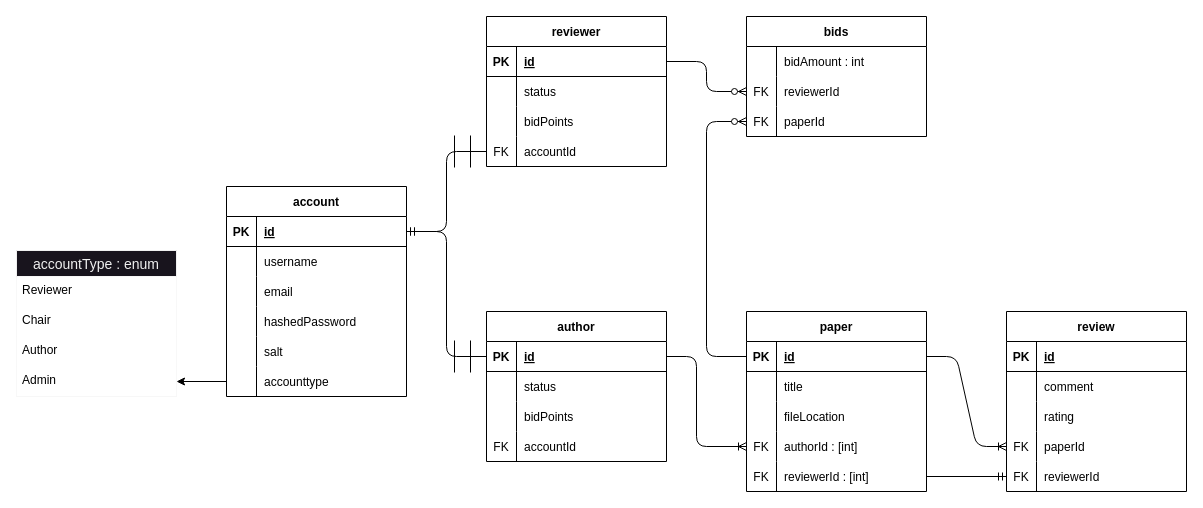
This is uml.drawio from CSCI334/PaperPal-Backend, a draw.io file, before an edit. Source tidied: cells renumbered, new cells numbered last; positions are measured from the earlier drawing's top-left corner, leaving out a move shared by most shapes. Both pictures are drawn from the tidied source at 100%, with x=0, y=0 at pixel (16, 16).
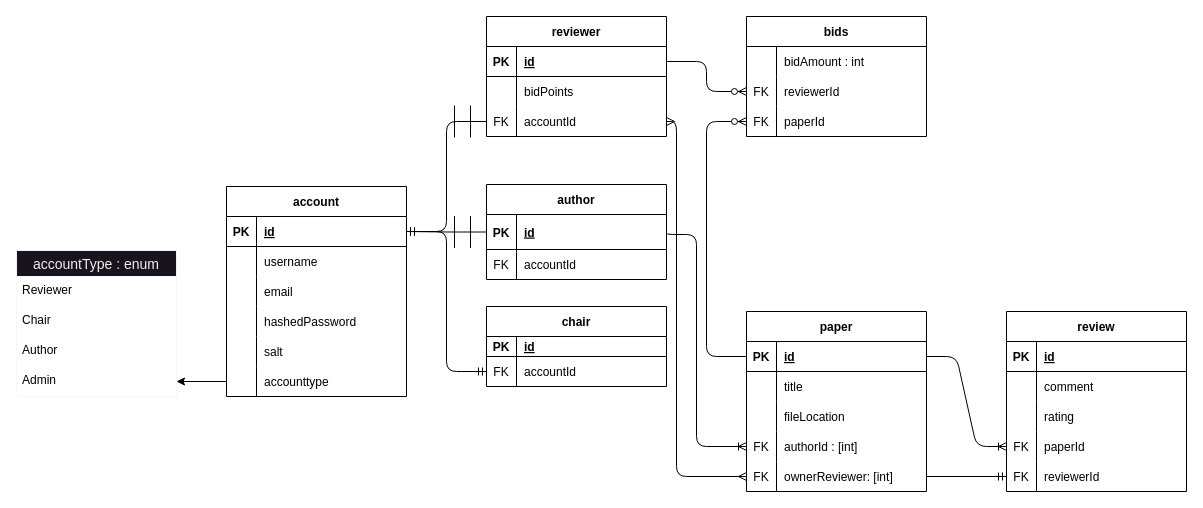
The same page after the edit.

Unchanged cells that the change refers to:
```xml
<mxCell id="3" style="shape=tableRow;horizontal=0;startSize=0;swimlaneHead=0;swimlaneBody=0;fillColor=none;points=[[0,0.5],[1,0.5]];portConstraint=eastwest;top=0;left=0;right=0;bottom=1;fontColor=#000000;" parent="2" vertex="1">
  <mxGeometry y="30" width="180" height="30" as="geometry" />
</mxCell>
<mxCell id="51" style="shape=tableRow;horizontal=0;startSize=0;swimlaneHead=0;swimlaneBody=0;fillColor=none;points=[[0,0.5],[1,0.5]];portConstraint=eastwest;top=0;left=0;right=0;bottom=0;fontFamily=Helvetica;fontSize=12;fontColor=#000000;" parent="41" vertex="1">
  <mxGeometry y="120" width="180" height="30" as="geometry" />
</mxCell>
<mxCell id="54" style="shape=tableRow;horizontal=0;startSize=0;swimlaneHead=0;swimlaneBody=0;fillColor=none;points=[[0,0.5],[1,0.5]];portConstraint=eastwest;top=0;left=0;right=0;bottom=0;fontFamily=Helvetica;fontSize=12;fontColor=#000000;" parent="41" vertex="1">
  <mxGeometry y="150" width="180" height="30" as="geometry" />
</mxCell>
```

Diff of the diagram source:
```diff
@@
     <mxCell id="27" value="reviewer" style="shape=table;startSize=30;childLayout=tableLayout;rowLines=0;fontStyle=1;align=center;swimlaneFillColor=#FFFFFF;" parent="1" vertex="1">
-      <mxGeometry x="470" width="180" height="150" as="geometry" />
+      <mxGeometry x="470" width="180" height="120" as="geometry" />
     </mxCell>
@@
-    <mxCell id="31" style="shape=tableRow;horizontal=0;startSize=0;swimlaneHead=0;swimlaneBody=0;fillColor=none;top=0;left=0;right=0;bottom=0;fontColor=#000000;" parent="27" vertex="1">
-      <mxGeometry y="60" width="180" height="30" as="geometry" />
-    </mxCell>
-    <mxCell id="32" style="shape=partialRectangle;fillColor=none;top=0;left=0;bottom=0;right=0;overflow=hidden;fontColor=#000000;" parent="31" vertex="1">
-      <mxGeometry width="30" height="30" as="geometry" />
-    </mxCell>
-    <mxCell id="33" value="status" style="shape=partialRectangle;fillColor=none;top=0;left=0;bottom=0;right=0;align=left;spacingLeft=6;overflow=hidden;fontColor=#000000;" parent="31" vertex="1">
-      <mxGeometry x="30" width="150" height="30" as="geometry" />
-    </mxCell>
     <mxCell id="34" style="shape=tableRow;horizontal=0;startSize=0;swimlaneHead=0;swimlaneBody=0;fillColor=none;top=0;left=0;right=0;bottom=0;fontFamily=Helvetica;fontSize=12;fontColor=#000000;" parent="27" vertex="1">
-      <mxGeometry y="90" width="180" height="30" as="geometry" />
+      <mxGeometry y="60" width="180" height="30" as="geometry" />
     </mxCell>
@@
     <mxCell id="37" style="shape=tableRow;horizontal=0;startSize=0;swimlaneHead=0;swimlaneBody=0;fillColor=none;points=[[0,0.5],[1,0.5]];portConstraint=eastwest;top=0;left=0;right=0;bottom=0;fontColor=#000000;" parent="27" vertex="1">
-      <mxGeometry y="120" width="180" height="30" as="geometry" />
+      <mxGeometry y="90" width="180" height="30" as="geometry" />
     </mxCell>
@@
-    <mxCell id="56" value="reviewerId : [int]" style="shape=partialRectangle;fillColor=none;top=0;left=0;bottom=0;right=0;align=left;spacingLeft=6;fontStyle=0;overflow=hidden;fontFamily=Helvetica;fontSize=12;fontColor=#000000;startSize=30;" parent="54" vertex="1">
+    <mxCell id="56" value="ownerReviewer: [int]" style="shape=partialRectangle;fillColor=none;top=0;left=0;bottom=0;right=0;align=left;spacingLeft=6;fontStyle=0;overflow=hidden;fontFamily=Helvetica;fontSize=12;fontColor=#000000;startSize=30;" parent="54" vertex="1">
       <mxGeometry x="30" width="150" height="30" as="geometry" />
     </mxCell>
@@
     <mxCell id="67" value="author" style="shape=table;startSize=30;childLayout=tableLayout;rowLines=0;fontStyle=1;align=center;swimlaneFillColor=#FFFFFF;" parent="1" vertex="1">
-      <mxGeometry x="470" y="295" width="180" height="150" as="geometry" />
+      <mxGeometry x="470" y="168" width="180" height="95" as="geometry" />
     </mxCell>
     <mxCell id="68" style="shape=tableRow;horizontal=0;startSize=0;swimlaneHead=0;swimlaneBody=0;fillColor=none;points=[[0,0.5],[1,0.5]];portConstraint=eastwest;top=0;left=0;right=0;bottom=1;fontColor=#000000;" parent="67" vertex="1">
-      <mxGeometry y="30" width="180" height="30" as="geometry" />
+      <mxGeometry y="30" width="180" height="35" as="geometry" />
     </mxCell>
     <mxCell id="69" value="PK" style="shape=partialRectangle;fillColor=none;top=0;left=0;bottom=0;right=0;fontStyle=1;overflow=hidden;fontColor=#000000;" parent="68" vertex="1">
-      <mxGeometry width="30" height="30" as="geometry" />
+      <mxGeometry width="30" height="35" as="geometry" />
     </mxCell>
     <mxCell id="70" value="id" style="shape=partialRectangle;fillColor=none;top=0;left=0;bottom=0;right=0;align=left;spacingLeft=6;fontStyle=5;overflow=hidden;fontColor=#000000;" parent="68" vertex="1">
-      <mxGeometry x="30" width="150" height="30" as="geometry" />
+      <mxGeometry x="30" width="150" height="35" as="geometry" />
     </mxCell>
-    <mxCell id="71" style="shape=tableRow;horizontal=0;startSize=0;swimlaneHead=0;swimlaneBody=0;fillColor=none;top=0;left=0;right=0;bottom=0;fontColor=#000000;" parent="67" vertex="1">
-      <mxGeometry y="60" width="180" height="30" as="geometry" />
-    </mxCell>
-    <mxCell id="72" style="shape=partialRectangle;fillColor=none;top=0;left=0;bottom=0;right=0;overflow=hidden;fontColor=#000000;" parent="71" vertex="1">
-      <mxGeometry width="30" height="30" as="geometry" />
-    </mxCell>
-    <mxCell id="73" value="status" style="shape=partialRectangle;fillColor=none;top=0;left=0;bottom=0;right=0;align=left;spacingLeft=6;overflow=hidden;fontColor=#000000;" parent="71" vertex="1">
-      <mxGeometry x="30" width="150" height="30" as="geometry" />
-    </mxCell>
-    <mxCell id="74" style="shape=tableRow;horizontal=0;startSize=0;swimlaneHead=0;swimlaneBody=0;fillColor=none;top=0;left=0;right=0;bottom=0;fontFamily=Helvetica;fontSize=12;fontColor=#000000;" parent="67" vertex="1">
-      <mxGeometry y="90" width="180" height="30" as="geometry" />
-    </mxCell>
-    <mxCell id="75" style="shape=partialRectangle;fillColor=none;top=0;left=0;bottom=0;right=0;overflow=hidden;fontFamily=Helvetica;fontSize=12;fontColor=#000000;startSize=30;" parent="74" vertex="1">
-      <mxGeometry width="30" height="30" as="geometry" />
-    </mxCell>
-    <mxCell id="76" value="bidPoints" style="shape=partialRectangle;fillColor=none;top=0;left=0;bottom=0;right=0;align=left;spacingLeft=6;overflow=hidden;fontFamily=Helvetica;fontSize=12;fontColor=#000000;startSize=30;" parent="74" vertex="1">
-      <mxGeometry x="30" width="150" height="30" as="geometry" />
-    </mxCell>
     <mxCell id="77" style="shape=tableRow;horizontal=0;startSize=0;swimlaneHead=0;swimlaneBody=0;fillColor=none;top=0;left=0;right=0;bottom=0;fontColor=#000000;" parent="67" vertex="1">
-      <mxGeometry y="120" width="180" height="30" as="geometry" />
+      <mxGeometry y="65" width="180" height="30" as="geometry" />
     </mxCell>
@@
     <mxCell id="82" style="edgeStyle=orthogonalEdgeStyle;fontSize=12;html=1;endArrow=ERoneToMany;startArrow=none;fontFamily=Helvetica;fontColor=#000000;startSize=30;entryX=0;entryY=0.5;entryDx=0;entryDy=0;exitX=1;exitY=0.5;exitDx=0;exitDy=0;startFill=0;" parent="1" edge="1" source="68" target="51">
       <mxGeometry relative="1" as="geometry">
         <Array as="points">
-          <mxPoint x="680" y="340" />
+          <mxPoint x="680" y="218" />
           <mxPoint x="680" y="430" />
         </Array>
       </mxGeometry>
     </mxCell>
@@
+    <mxCell id="102" value="chair" style="shape=table;startSize=30;childLayout=tableLayout;rowLines=0;fontStyle=1;align=center;swimlaneFillColor=#FFFFFF;" parent="1" vertex="1">
+      <mxGeometry x="470" y="290" width="180" height="80" as="geometry" />
+    </mxCell>
+    <mxCell id="103" style="shape=tableRow;horizontal=0;startSize=0;swimlaneHead=0;swimlaneBody=0;fillColor=none;top=0;left=0;right=0;bottom=1;fontColor=#000000;" parent="102" vertex="1">
+      <mxGeometry y="30" width="180" height="20" as="geometry" />
+    </mxCell>
+    <mxCell id="104" value="PK" style="shape=partialRectangle;fillColor=none;top=0;left=0;bottom=0;right=0;fontStyle=1;overflow=hidden;fontColor=#000000;" parent="103" vertex="1">
+      <mxGeometry width="30" height="20" as="geometry" />
+    </mxCell>
+    <mxCell id="105" value="id" style="shape=partialRectangle;fillColor=none;top=0;left=0;bottom=0;right=0;align=left;spacingLeft=6;fontStyle=5;overflow=hidden;fontColor=#000000;" parent="103" vertex="1">
+      <mxGeometry x="30" width="150" height="20" as="geometry" />
+    </mxCell>
+    <mxCell id="106" style="shape=tableRow;horizontal=0;startSize=0;swimlaneHead=0;swimlaneBody=0;fillColor=none;points=[[0,0.5],[1,0.5]];portConstraint=eastwest;top=0;left=0;right=0;bottom=0;fontColor=#000000;" parent="102" vertex="1">
+      <mxGeometry y="50" width="180" height="30" as="geometry" />
+    </mxCell>
+    <mxCell id="107" value="FK" style="shape=partialRectangle;fillColor=none;top=0;left=0;bottom=0;right=0;fontStyle=0;overflow=hidden;fontColor=#000000;" parent="106" vertex="1">
+      <mxGeometry width="30" height="30" as="geometry" />
+    </mxCell>
+    <mxCell id="108" value="accountId" style="shape=partialRectangle;fillColor=none;top=0;left=0;bottom=0;right=0;align=left;spacingLeft=6;fontStyle=0;overflow=hidden;fontColor=#000000;" parent="106" vertex="1">
+      <mxGeometry x="30" width="150" height="30" as="geometry" />
+    </mxCell>
+    <mxCell id="109" style="edgeStyle=orthogonalEdgeStyle;fontSize=12;html=1;endArrow=ERmandOne;startArrow=ERmandOne;entryX=0;entryY=0.5;entryDx=0;entryDy=0;exitX=1;exitY=0.5;exitDx=0;exitDy=0;" parent="1" edge="1" source="3" target="106">
+      <mxGeometry relative="1" as="geometry" />
+    </mxCell>
+    <mxCell id="110" style="edgeStyle=orthogonalEdgeStyle;fontSize=12;html=1;endArrow=ERmany;startArrow=ERmany;entryX=0;entryY=0.5;entryDx=0;entryDy=0;exitX=1;exitY=0.5;exitDx=0;exitDy=0;" parent="1" edge="1" source="37" target="54">
+      <mxGeometry relative="1" as="geometry">
+        <Array as="points">
+          <mxPoint x="660" y="105" />
+          <mxPoint x="660" y="460" />
+        </Array>
+      </mxGeometry>
+    </mxCell>
```
